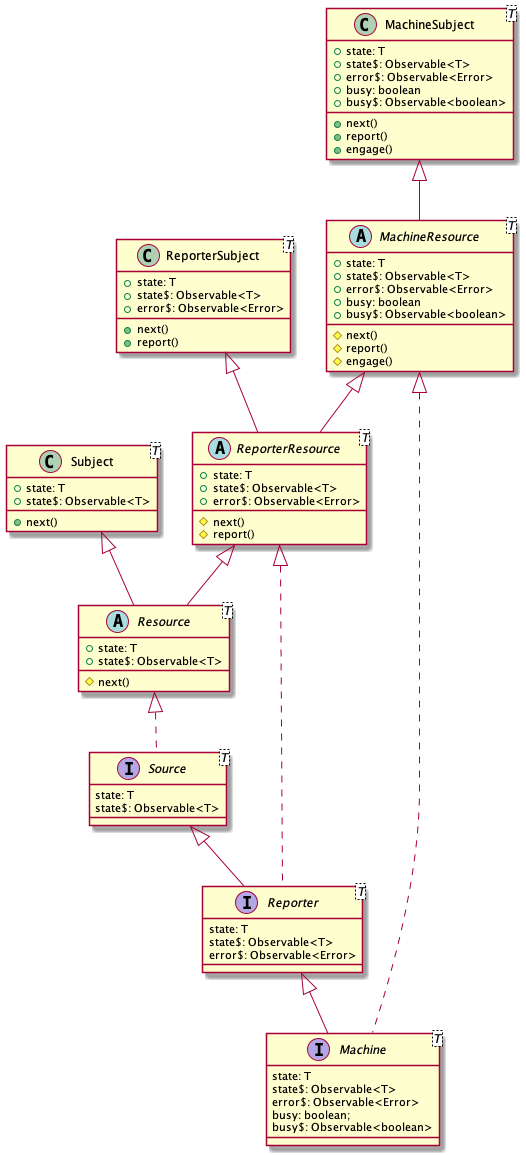
This is assets/diagram.png from rafamel/komtrol, a PlantUML export, as it was before one commit.
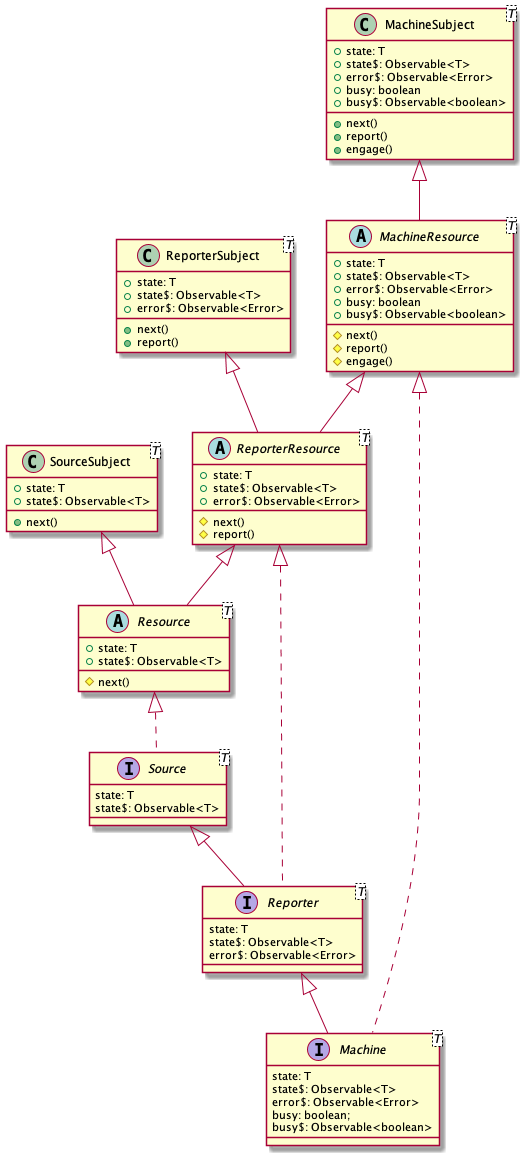
The same diagram one commit later.

Commit message:
refactor(sources): renames Subject to SourceSubject to prevent conflicts with RxJS

Diff of the diagram source:
```diff
@@ -28,8 +28,8 @@
   #next()
 }
 
-Subject <|-- Resource
-class Subject<T> {
+SourceSubject <|-- Resource
+class SourceSubject<T> {
   +state: T
   +state$: Observable<T>
   +next()
```
